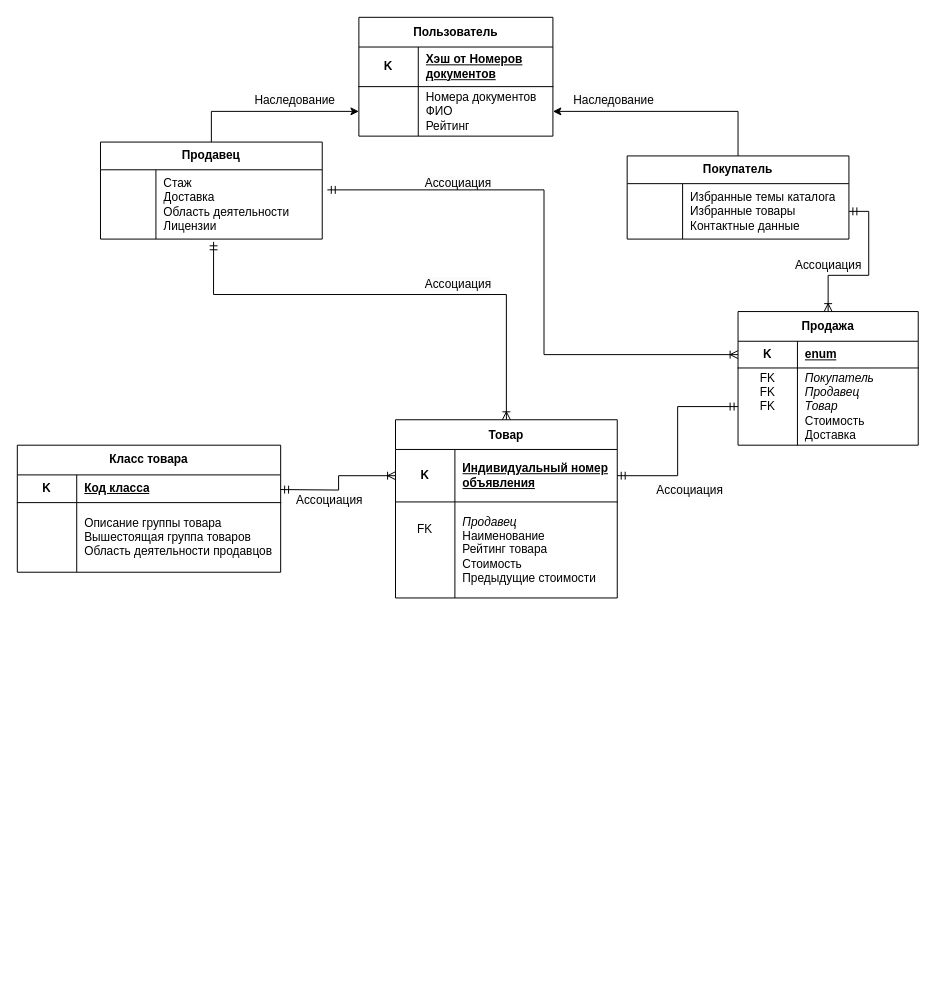
Above: page "Page-1" (1 of 4) of Диаграмма без названия.drawio in Djuckman/Compilers2 (draw.io), before the change. Source tidied: cells renumbered, new cells numbered last; positions are measured from the earlier drawing's top-left corner, leaving out a move shared by most shapes. Both pictures are drawn from the tidied source at 99%, with x=0, y=0 at pixel (17, 17).
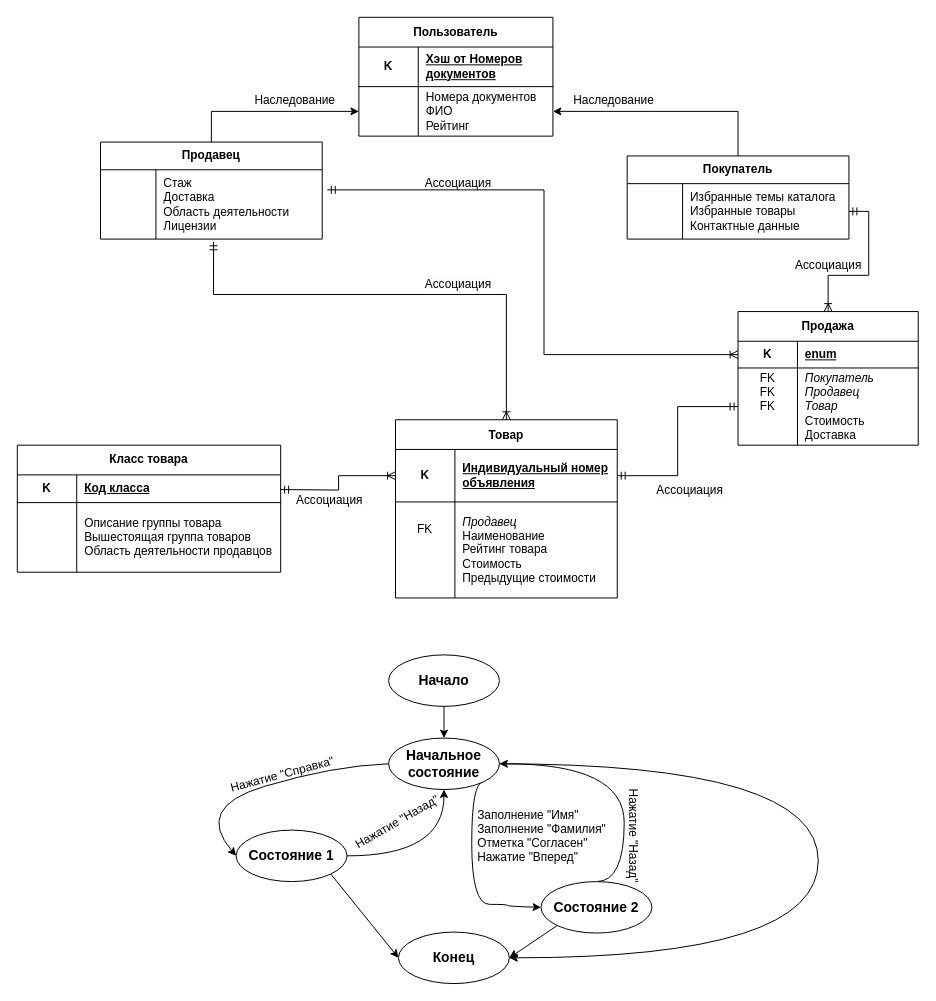
Above is the later version.

What changed in the source:
```diff
@@
+    <mxCell id="55" style="edgeStyle=orthogonalEdgeStyle;rounded=0;jettySize=auto;html=1;exitX=0.5;exitY=1;exitDx=0;exitDy=0;entryX=0.5;entryY=0;entryDx=0;entryDy=0;" parent="1" edge="1" source="56" target="62">
+      <mxGeometry relative="1" as="geometry" />
+    </mxCell>
+    <mxCell id="56" value="&lt;font style=&quot;font-size: 14px;&quot;&gt;&lt;b&gt;Начало&lt;/b&gt;&lt;/font&gt;" style="ellipse;whiteSpace=wrap;html=1;" parent="1" vertex="1">
+      <mxGeometry x="375" y="644" width="112" height="52" as="geometry" />
+    </mxCell>
+    <mxCell id="57" style="rounded=0;jettySize=auto;html=1;exitX=1;exitY=1;exitDx=0;exitDy=0;entryX=0;entryY=0.5;entryDx=0;entryDy=0;" parent="1" edge="1" source="59" target="63">
+      <mxGeometry relative="1" as="geometry" />
+    </mxCell>
+    <mxCell id="58" style="edgeStyle=orthogonalEdgeStyle;rounded=0;jettySize=auto;html=1;exitX=1;exitY=0.5;exitDx=0;exitDy=0;curved=1;" parent="1" edge="1" source="59" target="62">
+      <mxGeometry relative="1" as="geometry" />
+    </mxCell>
+    <mxCell id="59" value="&lt;font style=&quot;font-size: 14px;&quot;&gt;&lt;b&gt;Состояние 1&lt;/b&gt;&lt;/font&gt;" style="ellipse;whiteSpace=wrap;html=1;" parent="1" vertex="1">
+      <mxGeometry x="221" y="821" width="112" height="52" as="geometry" />
+    </mxCell>
+    <mxCell id="60" style="edgeStyle=orthogonalEdgeStyle;rounded=0;jettySize=auto;html=1;exitX=1;exitY=0.5;exitDx=0;exitDy=0;entryX=1;entryY=0.5;entryDx=0;entryDy=0;curved=1;" parent="1" edge="1" source="62" target="63">
+      <mxGeometry relative="1" as="geometry">
+        <Array as="points">
+          <mxPoint x="809" y="754" />
+          <mxPoint x="809" y="950" />
+        </Array>
+      </mxGeometry>
+    </mxCell>
+    <mxCell id="61" style="rounded=0;jettySize=auto;html=1;exitX=1;exitY=1;exitDx=0;exitDy=0;entryX=0;entryY=0.5;entryDx=0;entryDy=0;edgeStyle=orthogonalEdgeStyle;curved=1;" parent="1" edge="1" source="62" target="66">
+      <mxGeometry relative="1" as="geometry">
+        <Array as="points">
+          <mxPoint x="459" y="772" />
+          <mxPoint x="459" y="896" />
+          <mxPoint x="495" y="896" />
+          <mxPoint x="495" y="898" />
+        </Array>
+      </mxGeometry>
+    </mxCell>
+    <mxCell id="62" value="&lt;font style=&quot;font-size: 14px;&quot;&gt;&lt;b&gt;Начальное состояние&lt;/b&gt;&lt;/font&gt;" style="ellipse;whiteSpace=wrap;html=1;" parent="1" vertex="1">
+      <mxGeometry x="375" y="728" width="112" height="52" as="geometry" />
+    </mxCell>
+    <mxCell id="63" value="&lt;font style=&quot;font-size: 14px;&quot;&gt;&lt;b&gt;Конец&lt;/b&gt;&lt;/font&gt;" style="ellipse;whiteSpace=wrap;html=1;" parent="1" vertex="1">
+      <mxGeometry x="385" y="924" width="112" height="52" as="geometry" />
+    </mxCell>
+    <mxCell id="64" style="edgeStyle=orthogonalEdgeStyle;rounded=0;jettySize=auto;html=1;exitX=0.5;exitY=0;exitDx=0;exitDy=0;entryX=1;entryY=0.5;entryDx=0;entryDy=0;curved=1;" parent="1" edge="1" source="66" target="62">
+      <mxGeometry relative="1" as="geometry">
+        <Array as="points">
+          <mxPoint x="613" y="873" />
+          <mxPoint x="613" y="754" />
+        </Array>
+      </mxGeometry>
+    </mxCell>
+    <mxCell id="65" style="rounded=0;jettySize=auto;html=1;exitX=0;exitY=1;exitDx=0;exitDy=0;entryX=1;entryY=0.5;entryDx=0;entryDy=0;" parent="1" edge="1" source="66" target="63">
+      <mxGeometry relative="1" as="geometry" />
+    </mxCell>
+    <mxCell id="66" value="&lt;font style=&quot;font-size: 14px;&quot;&gt;&lt;b&gt;Состояние 2&lt;/b&gt;&lt;/font&gt;" style="ellipse;whiteSpace=wrap;html=1;" parent="1" vertex="1">
+      <mxGeometry x="529" y="873" width="112" height="52" as="geometry" />
+    </mxCell>
+    <mxCell id="67" style="curved=1;endArrow=classic;html=1;rounded=0;exitX=0;exitY=0.5;exitDx=0;exitDy=0;entryX=0;entryY=0.5;entryDx=0;entryDy=0;" parent="1" edge="1" source="62" target="59">
+      <mxGeometry relative="1" as="geometry">
+        <Array as="points">
+          <mxPoint x="319" y="756" />
+          <mxPoint x="179" y="798" />
+        </Array>
+      </mxGeometry>
+    </mxCell>
+    <mxCell id="68" value="Нажатие &quot;Справка&quot;" style="text;html=1;align=center;verticalAlign=middle;whiteSpace=wrap;rounded=0;rotation=-15;" parent="1" vertex="1">
+      <mxGeometry x="203" y="750" width="130" height="30" as="geometry" />
+    </mxCell>
+    <mxCell id="69" value="Нажатие &quot;Назад&quot;" style="text;html=1;align=center;verticalAlign=middle;whiteSpace=wrap;rounded=0;rotation=-30;" parent="1" vertex="1">
+      <mxGeometry x="333" y="798" width="102" height="30" as="geometry" />
+    </mxCell>
+    <mxCell id="70" value="Нажатие &quot;Назад&quot;" style="text;html=1;align=center;verticalAlign=middle;whiteSpace=wrap;rounded=0;rotation=90;" parent="1" vertex="1">
+      <mxGeometry x="571" y="812" width="102" height="30" as="geometry" />
+    </mxCell>
+    <mxCell id="71" value="Заполнение &quot;Имя&quot;&lt;div&gt;Заполнение &quot;Фамилия&quot;&lt;/div&gt;&lt;div&gt;Отметка &quot;Согласен&quot;&lt;/div&gt;&lt;div&gt;Нажатие &quot;Вперед&quot;&lt;/div&gt;" style="text;html=1;align=left;verticalAlign=middle;whiteSpace=wrap;rounded=0;rotation=0;" parent="1" vertex="1">
+      <mxGeometry x="463" y="796" width="154" height="62" as="geometry" />
+    </mxCell>
```
